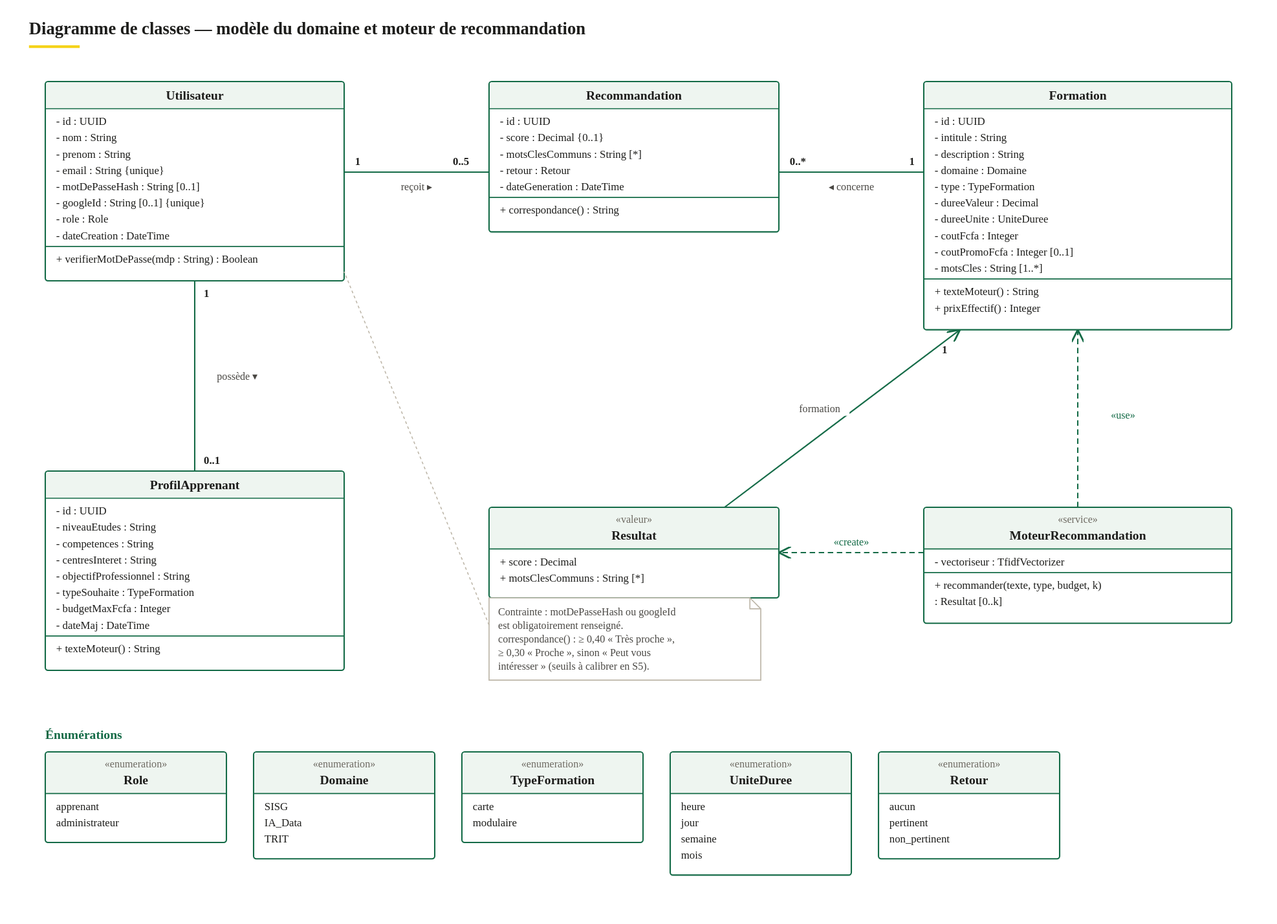
martial-300/plateforme-formations-hitt keeps this PlantUML diagram as docs/uml/images/02-classes.svg. Above is the earlier version. Its source is kept beside it as docs/uml/02-classes.puml. Its diagram source:
```plantuml
@startuml 02-classes
!include _style.iuml
title Diagramme de classes — modèle du domaine et moteur

enum Role {
  apprenant
  administrateur
}
enum Domaine {
  SISG
  IA_Data
  TRIT
}
enum TypeFormation {
  carte
  modulaire
}
enum UniteDuree {
  heure
  jour
  semaine
  mois
}
enum Retour {
  aucun
  pertinent
  non_pertinent
}

class Utilisateur {
  - id : UUID
  - nom : String
  - prenom : String
  - email : String {unique}
  - motDePasseHash : String [0..1]
  - googleId : String [0..1] {unique}
  - role : Role
  - dateCreation : DateTime
  + verifierMotDePasse(mdp : String) : Boolean
}
note right of Utilisateur
  motDePasseHash ou googleId
  est obligatoirement renseigné.
end note

class ProfilApprenant {
  - id : UUID
  - niveauEtudes : String
  - competences : String
  - centresInteret : String
  - objectifProfessionnel : String
  - typeSouhaite : TypeFormation
  - budgetMaxFcfa : Integer
  - dateMaj : DateTime
  + texteMoteur() : String
}

class Formation {
  - id : UUID
  - intitule : String
  - description : String
  - domaine : Domaine
  - type : TypeFormation
  - dureeValeur : Decimal
  - dureeUnite : UniteDuree
  - coutFcfa : Integer
  - coutPromoFcfa : Integer [0..1]
  - motsCles : String [1..*]
  + texteMoteur() : String
  + prixEffectif() : Integer
}

class Recommandation {
  - id : UUID
  - score : Decimal {0..1}
  - motsClesCommuns : String [*]
  - retour : Retour
  - dateGeneration : DateTime
  + correspondance() : String
}

class MoteurRecommandation <<service>> {
  - vectoriseur : TfidfVectorizer
  + recommander(texte : String, type : TypeFormation, budget : Integer, k : Integer) : Resultat [0..k]
}

class Resultat <<valeur>> {
  + score : Decimal
  + motsClesCommuns : String [*]
}

Utilisateur "1" -- "0..1" ProfilApprenant : possède >
Utilisateur "1" -- "0..5" Recommandation : reçoit >
Formation "1" -- "0..*" Recommandation : < concerne
MoteurRecommandation ..> Formation : <<use>>
MoteurRecommandation ..> Resultat : <<create>>
Resultat --> "1" Formation
Utilisateur ..> Role
Formation ..> Domaine
Formation ..> TypeFormation
Formation ..> UniteDuree
Recommandation ..> Retour
ProfilApprenant ..> TypeFormation
@enduml
```
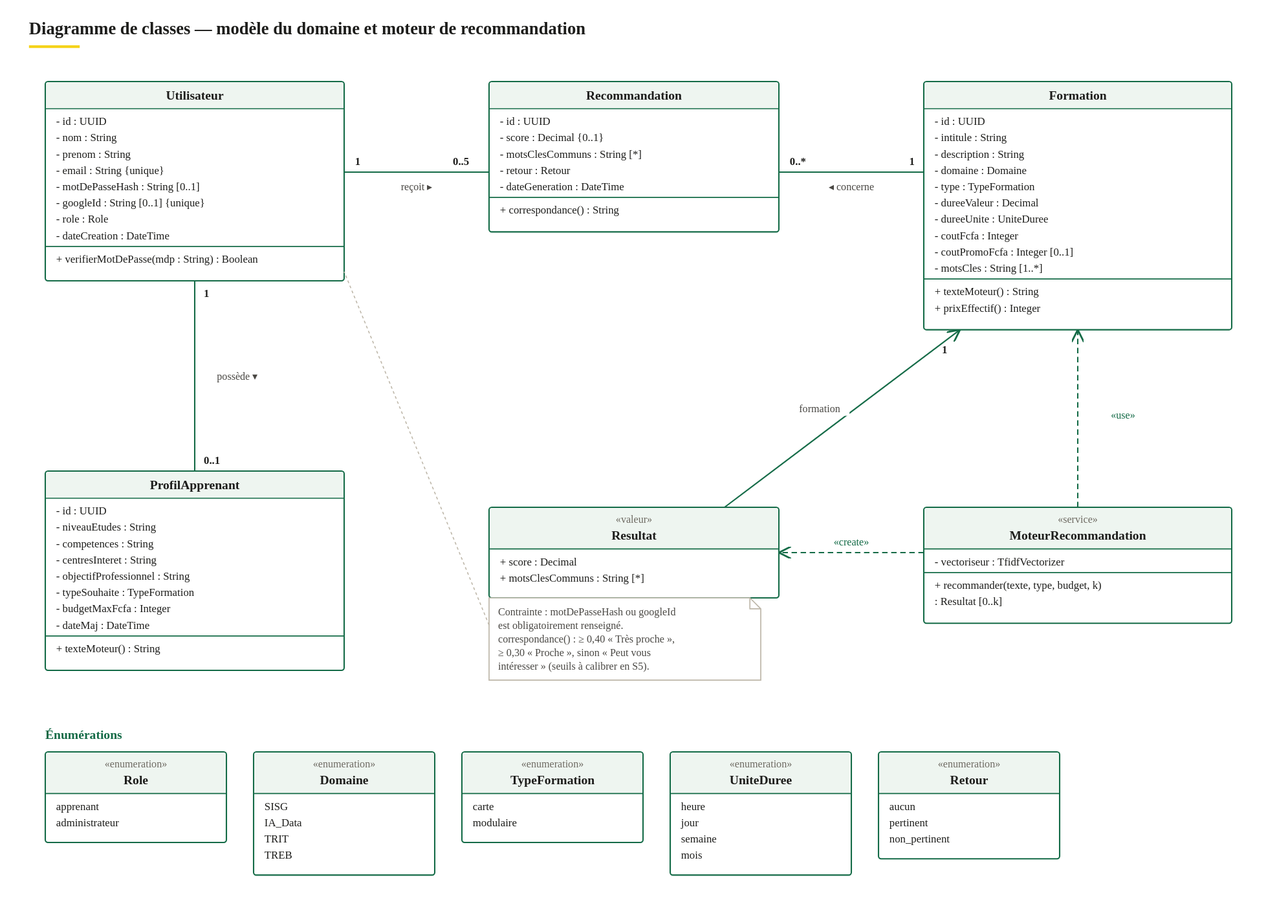
After the change.

Diff of the diagram source:
```diff
@@ -10,6 +10,7 @@
   SISG
   IA_Data
   TRIT
+  TREB
 }
 enum TypeFormation {
   carte
```
